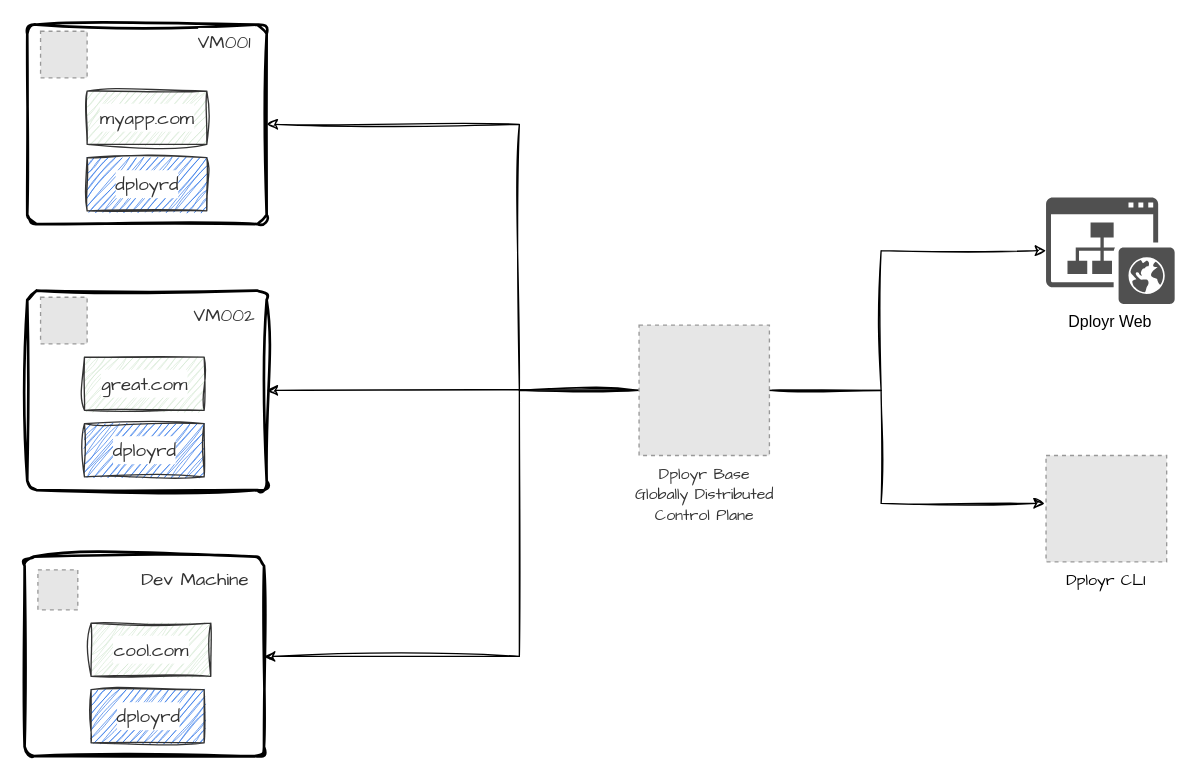
Earlier version of the draw.io diagram public/dployr.drawio (dployr-io/dployr-docs). Source tidied: cells renumbered, new cells numbered last; positions are measured from the earlier drawing's top-left corner, leaving out a move shared by most shapes. Both pictures are drawn from the tidied source at 133%, with x=0, y=0 at pixel (24, 24). Pictures stored in the file or linked from it are replaced by grey dashed boxes.
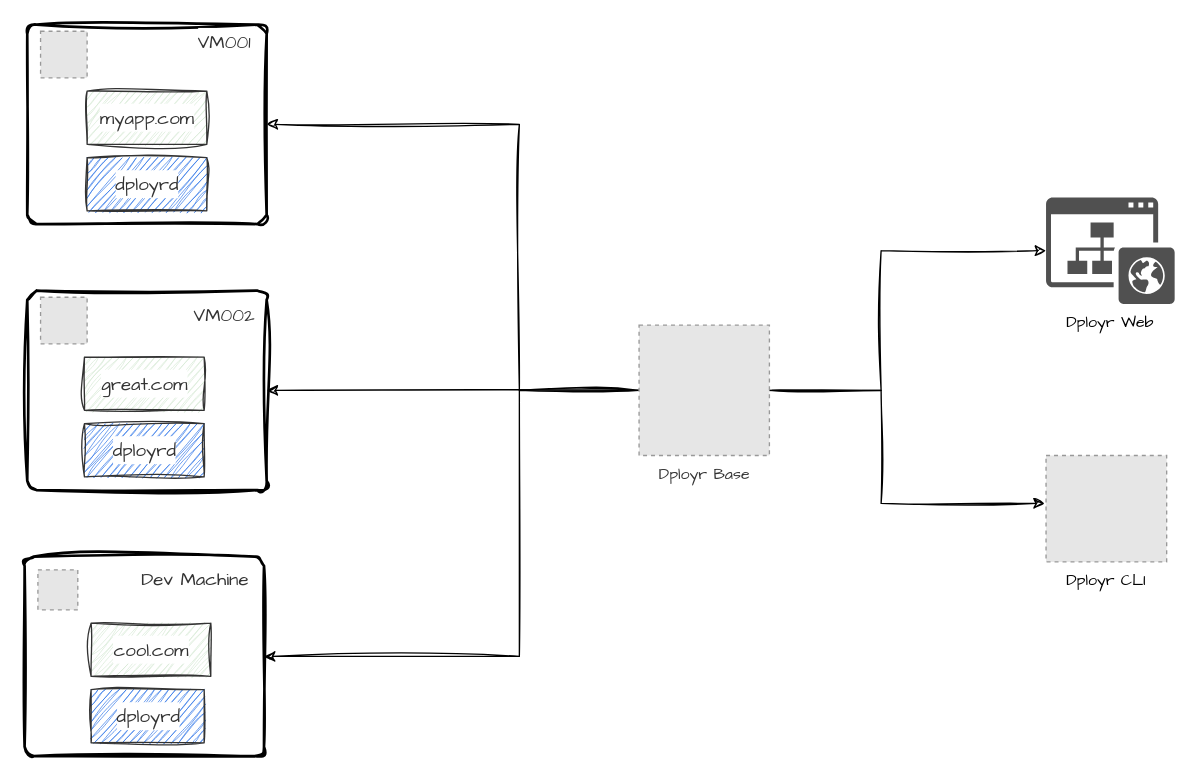
The same page after the edit.

The change refers to these unchanged cells:
```xml
<mxCell id="2" style="group;fillColor=default;" parent="1" vertex="1">
  <mxGeometry x="2" width="862.6" height="550" as="geometry" />
</mxCell>
```

What changed in the source:
```diff
@@
-    <mxCell id="34" value="&lt;div&gt;&lt;font face=&quot;Comic Sans MS&quot; style=&quot;color: rgb(51, 51, 51);&quot;&gt;Dployr Base&lt;/font&gt;&lt;/div&gt;&lt;font face=&quot;Comic Sans MS&quot; style=&quot;color: rgb(51, 51, 51);&quot;&gt;Globally Distributed&lt;/font&gt;&lt;div&gt;&lt;font color=&quot;#333333&quot; face=&quot;Comic Sans MS&quot;&gt;Control Plane&lt;/font&gt;&lt;/div&gt;" style="fillColor=#E6E6E6;strokeColor=#999999;dashed=1;html=1;verticalAlign=top;verticalLabelPosition=bottom;labelBackgroundColor=#ffffff;" parent="2" vertex="1">
+    <mxCell id="34" value="&lt;div&gt;&lt;font face=&quot;Comic Sans MS&quot; style=&quot;color: rgb(51, 51, 51);&quot;&gt;Dployr Base&lt;/font&gt;&lt;/div&gt;" style="fillColor=#E6E6E6;strokeColor=#999999;dashed=1;html=1;verticalAlign=top;verticalLabelPosition=bottom;labelBackgroundColor=#ffffff;" parent="2" vertex="1">
       <mxGeometry x="460" y="226" width="98" height="98" as="geometry" />
     </mxCell>
-    <mxCell id="35" value="Dployr Web" style="shadow=0;dashed=0;html=1;strokeColor=none;fillColor=#505050;labelPosition=center;verticalLabelPosition=bottom;verticalAlign=top;outlineConnect=0;align=center;shape=mxgraph.office.sites.website_public;" parent="2" vertex="1">
+    <mxCell id="35" value="&lt;font face=&quot;Comic Sans MS&quot;&gt;Dployr Web&lt;/font&gt;" style="shadow=0;dashed=0;html=1;strokeColor=none;fillColor=#505050;labelPosition=center;verticalLabelPosition=bottom;verticalAlign=top;outlineConnect=0;align=center;shape=mxgraph.office.sites.website_public;" parent="2" vertex="1">
       <mxGeometry x="766" y="130" width="96.7" height="80" as="geometry" />
     </mxCell>
```
